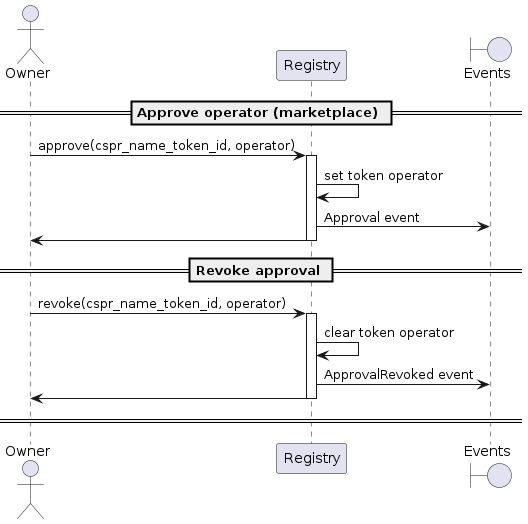
The PlantUML diagram docs/sequence-diagrams/puml/approve-revoke-operator.png in make-software/cspr-name-contracts, before a commit. The source it was exported from:
```plantuml
@startuml

actor Owner
participant "Registry"
boundary "Events"

== Approve operator (marketplace) ==

Owner -> Registry: approve(cspr_name_token_id, operator)
activate Registry
Registry -> Registry: set token operator
Registry -> "Events": Approval event
Registry -> Owner
deactivate Registry

== Revoke approval ==

Owner -> Registry: revoke(cspr_name_token_id, operator)
activate Registry
Registry -> Registry: clear token operator
Registry -> "Events": ApprovalRevoked event
Registry -> Owner
deactivate Registry

== ==

@enduml
```
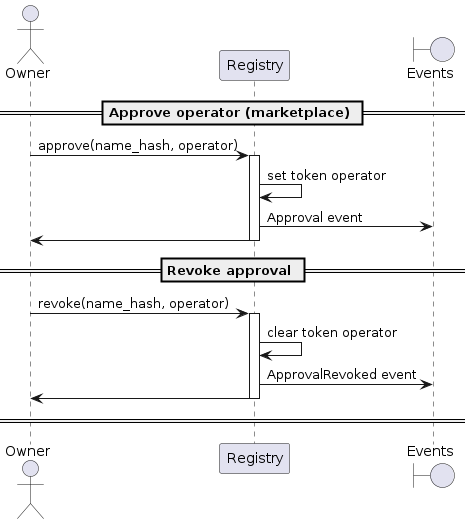
Above is the later version.

The edit, as a diff of the source:
```diff
@@ -6,7 +6,7 @@
 
 == Approve operator (marketplace) ==
 
-Owner -> Registry: approve(cspr_name_token_id, operator)
+Owner -> Registry: approve(name_hash, operator)
 activate Registry
 Registry -> Registry: set token operator
 Registry -> "Events": Approval event
@@ -15,7 +15,7 @@
 
 == Revoke approval ==
 
-Owner -> Registry: revoke(cspr_name_token_id, operator)
+Owner -> Registry: revoke(name_hash, operator)
 activate Registry
 Registry -> Registry: clear token operator
 Registry -> "Events": ApprovalRevoked event
```
